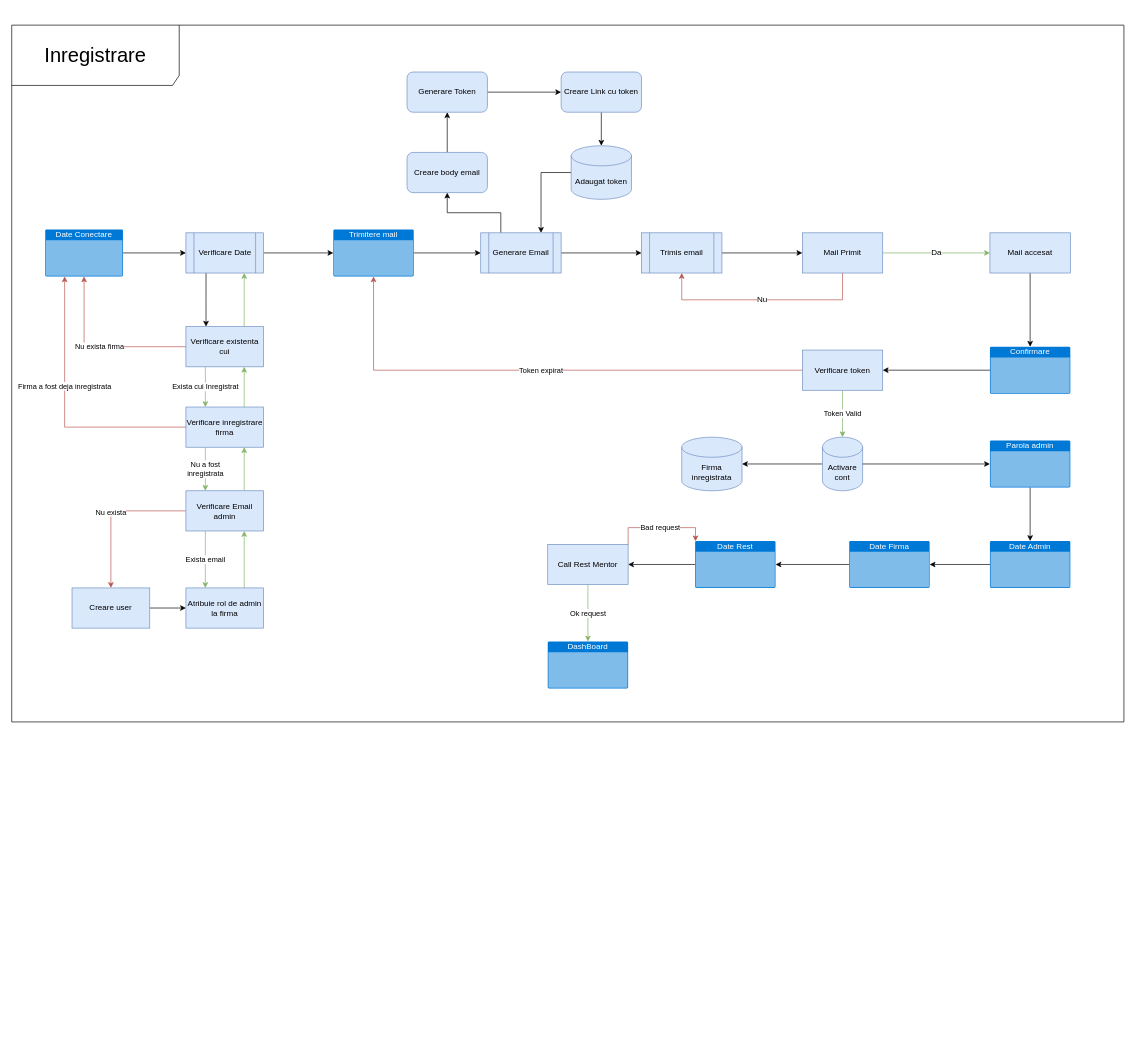
Above: Diagramă fără titlu.drawio in andreibill/Arhitecture (draw.io), before the change. Source tidied: cells renumbered, new cells numbered last; positions are measured from the earlier drawing's top-left corner, leaving out a move shared by most shapes. Both pictures are drawn from the tidied source at 67%, with x=0, y=0 at pixel (11, 25).
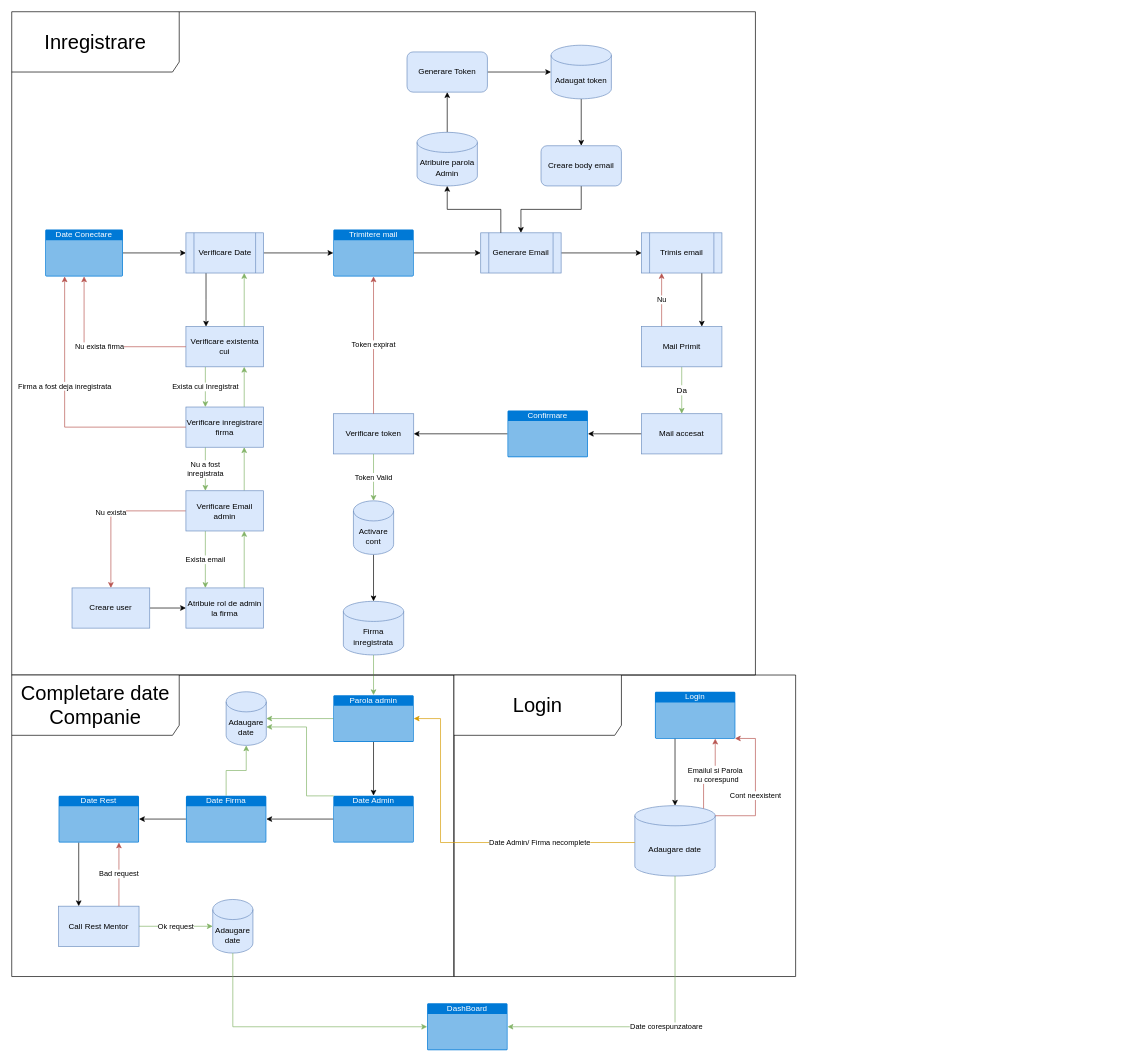
The same page after the edit.

Unchanged cells that the change refers to:
```xml
<mxCell id="4" value="Generare Email" style="shape=process;whiteSpace=wrap;html=1;backgroundOutline=1;rounded=0;strokeColor=#6c8ebf;align=center;verticalAlign=middle;fontFamily=Helvetica;fontSize=12;fontColor=default;fillColor=#dae8fc;" parent="1" vertex="1">
  <mxGeometry x="700" y="310" width="120" height="60" as="geometry" />
</mxCell>
<mxCell id="12" value="Trimis email" style="shape=process;whiteSpace=wrap;html=1;backgroundOutline=1;rounded=0;strokeColor=#6c8ebf;align=center;verticalAlign=middle;fontFamily=Helvetica;fontSize=12;fontColor=default;fillColor=#dae8fc;" parent="1" vertex="1">
  <mxGeometry x="940" y="310" width="120" height="60" as="geometry" />
</mxCell>
<mxCell id="58" value="Trimitere mail" style="html=1;whiteSpace=wrap;strokeColor=none;fillColor=#0079D6;labelPosition=center;verticalLabelPosition=middle;verticalAlign=top;align=center;fontSize=12;outlineConnect=0;spacingTop=-6;fontColor=#FFFFFF;sketch=0;shape=mxgraph.sitemap.page;rounded=0;fontFamily=Helvetica;" parent="1" vertex="1">
  <mxGeometry x="480" y="305" width="120" height="70" as="geometry" />
</mxCell>
```

Change to the diagram source:
```diff
@@
-    <mxCell id="3" style="edgeStyle=orthogonalEdgeStyle;rounded=0;jettySize=auto;html=1;exitX=0.25;exitY=0;exitDx=0;exitDy=0;entryX=0.5;entryY=1;entryDx=0;entryDy=0;" parent="1" edge="1" source="4" target="10">
-      <mxGeometry relative="1" as="geometry" />
-    </mxCell>
@@
-    <mxCell id="5" style="edgeStyle=orthogonalEdgeStyle;rounded=0;jettySize=auto;html=1;" parent="1" edge="1" source="6" target="8">
-      <mxGeometry relative="1" as="geometry" />
-    </mxCell>
+    <mxCell id="65" style="edgeStyle=orthogonalEdgeStyle;rounded=0;jettySize=auto;html=1;" parent="1" edge="1" source="6" target="56">
+      <mxGeometry relative="1" as="geometry" />
+    </mxCell>
     <mxCell id="6" value="Generare Token" style="rounded=1;whiteSpace=wrap;html=1;strokeColor=#6c8ebf;align=center;verticalAlign=middle;fontFamily=Helvetica;fontSize=12;fontColor=default;fillColor=#dae8fc;" parent="1" vertex="1">
-      <mxGeometry x="590" y="70" width="120" height="60" as="geometry" />
+      <mxGeometry x="590" y="40" width="120" height="60" as="geometry" />
     </mxCell>
-    <mxCell id="7" style="edgeStyle=orthogonalEdgeStyle;rounded=0;jettySize=auto;html=1;" parent="1" edge="1" source="8" target="56">
-      <mxGeometry relative="1" as="geometry" />
-    </mxCell>
-    <mxCell id="8" value="Creare Link cu token" style="rounded=1;whiteSpace=wrap;html=1;strokeColor=#6c8ebf;align=center;verticalAlign=middle;fontFamily=Helvetica;fontSize=12;fontColor=default;fillColor=#dae8fc;" parent="1" vertex="1">
-      <mxGeometry x="820" y="70" width="120" height="60" as="geometry" />
-    </mxCell>
-    <mxCell id="9" style="edgeStyle=orthogonalEdgeStyle;rounded=0;jettySize=auto;html=1;" parent="1" edge="1" source="10" target="6">
-      <mxGeometry relative="1" as="geometry" />
-    </mxCell>
+    <mxCell id="66" style="edgeStyle=orthogonalEdgeStyle;rounded=0;jettySize=auto;html=1;" parent="1" edge="1" source="10" target="4">
+      <mxGeometry relative="1" as="geometry" />
+    </mxCell>
     <mxCell id="10" value="Creare body email" style="rounded=1;whiteSpace=wrap;html=1;strokeColor=#6c8ebf;align=center;verticalAlign=middle;fontFamily=Helvetica;fontSize=12;fontColor=default;fillColor=#dae8fc;" parent="1" vertex="1">
-      <mxGeometry x="590" y="190" width="120" height="60" as="geometry" />
+      <mxGeometry x="790" y="180" width="120" height="60" as="geometry" />
     </mxCell>
-    <mxCell id="11" style="edgeStyle=orthogonalEdgeStyle;rounded=0;jettySize=auto;html=1;exitX=1;exitY=0.5;exitDx=0;exitDy=0;entryX=0;entryY=0.5;entryDx=0;entryDy=0;" parent="1" edge="1" source="12" target="15">
+    <mxCell id="11" style="edgeStyle=orthogonalEdgeStyle;rounded=0;jettySize=auto;html=1;exitX=0.75;exitY=1;exitDx=0;exitDy=0;entryX=0.75;entryY=0;entryDx=0;entryDy=0;" parent="1" edge="1" source="12" target="15">
       <mxGeometry relative="1" as="geometry" />
     </mxCell>
@@
+    <mxCell id="14" value="Da" style="edgeStyle=orthogonalEdgeStyle;rounded=0;jettySize=auto;html=1;fontFamily=Helvetica;fontSize=12;fontColor=default;fillColor=#d5e8d4;strokeColor=#82b366;" parent="1" edge="1" source="15" target="17">
+      <mxGeometry relative="1" as="geometry" />
+    </mxCell>
-    <mxCell id="13" value="Nu" style="edgeStyle=orthogonalEdgeStyle;rounded=0;jettySize=auto;html=1;exitX=0.5;exitY=1;exitDx=0;exitDy=0;entryX=0.5;entryY=1;entryDx=0;entryDy=0;fontFamily=Helvetica;fontSize=12;fontColor=default;fillColor=#f8cecc;strokeColor=#b85450;" parent="1" edge="1" source="15" target="12">
-      <mxGeometry relative="1" as="geometry">
-        <Array as="points">
-          <mxPoint x="1240" y="410" />
-          <mxPoint x="1000" y="410" />
-        </Array>
-      </mxGeometry>
+    <mxCell id="13" value="Nu" style="edgeStyle=orthogonalEdgeStyle;rounded=0;jettySize=auto;html=1;exitX=0.25;exitY=0;exitDx=0;exitDy=0;entryX=0.25;entryY=1;entryDx=0;entryDy=0;fillColor=#f8cecc;strokeColor=#b85450;" parent="1" edge="1" source="15" target="12">
+      <mxGeometry relative="1" as="geometry" />
     </mxCell>
-    <mxCell id="14" value="Da" style="edgeStyle=orthogonalEdgeStyle;rounded=0;jettySize=auto;html=1;fontFamily=Helvetica;fontSize=12;fontColor=default;fillColor=#d5e8d4;strokeColor=#82b366;" parent="1" edge="1" source="15" target="17">
-      <mxGeometry relative="1" as="geometry" />
-    </mxCell>
     <mxCell id="15" value="Mail Primit" style="whiteSpace=wrap;html=1;fillColor=#dae8fc;strokeColor=#6c8ebf;rounded=0;" parent="1" vertex="1">
-      <mxGeometry x="1180" y="310" width="120" height="60" as="geometry" />
+      <mxGeometry x="940" y="450" width="120" height="60" as="geometry" />
     </mxCell>
@@
     <mxCell id="17" value="Mail accesat" style="whiteSpace=wrap;html=1;fillColor=#dae8fc;strokeColor=#6c8ebf;rounded=0;" parent="1" vertex="1">
-      <mxGeometry x="1460" y="310" width="120" height="60" as="geometry" />
+      <mxGeometry x="940" y="580" width="120" height="60" as="geometry" />
     </mxCell>
@@
     <mxCell id="19" value="Confirmare" style="html=1;whiteSpace=wrap;strokeColor=none;fillColor=#0079D6;labelPosition=center;verticalLabelPosition=middle;verticalAlign=top;align=center;fontSize=12;outlineConnect=0;spacingTop=-6;fontColor=#FFFFFF;sketch=0;shape=mxgraph.sitemap.page;rounded=0;fontFamily=Helvetica;" parent="1" vertex="1">
-      <mxGeometry x="1460" y="480" width="120" height="70" as="geometry" />
+      <mxGeometry x="740" y="575" width="120" height="70" as="geometry" />
     </mxCell>
@@
     <mxCell id="21" value="Verificare token" style="whiteSpace=wrap;html=1;fillColor=#dae8fc;strokeColor=#6c8ebf;rounded=0;" parent="1" vertex="1">
-      <mxGeometry x="1180" y="485" width="120" height="60" as="geometry" />
+      <mxGeometry x="480" y="580" width="120" height="60" as="geometry" />
     </mxCell>
@@
+    <mxCell id="67" style="edgeStyle=orthogonalEdgeStyle;rounded=0;jettySize=auto;html=1;fillColor=#d5e8d4;strokeColor=#82b366;" parent="1" edge="1" source="23" target="75">
+      <mxGeometry relative="1" as="geometry" />
+    </mxCell>
     <mxCell id="23" value="Parola admin" style="html=1;whiteSpace=wrap;strokeColor=none;fillColor=#0079D6;labelPosition=center;verticalLabelPosition=middle;verticalAlign=top;align=center;fontSize=12;outlineConnect=0;spacingTop=-6;fontColor=#FFFFFF;sketch=0;shape=mxgraph.sitemap.page;rounded=0;fontFamily=Helvetica;" parent="1" vertex="1">
-      <mxGeometry x="1460" y="620" width="120" height="70" as="geometry" />
+      <mxGeometry x="480" y="1000" width="120" height="70" as="geometry" />
     </mxCell>
@@
     <mxCell id="25" value="Date Admin" style="html=1;whiteSpace=wrap;strokeColor=none;fillColor=#0079D6;labelPosition=center;verticalLabelPosition=middle;verticalAlign=top;align=center;fontSize=12;outlineConnect=0;spacingTop=-6;fontColor=#FFFFFF;sketch=0;shape=mxgraph.sitemap.page;rounded=0;fontFamily=Helvetica;" parent="1" vertex="1">
-      <mxGeometry x="1460" y="770" width="120" height="70" as="geometry" />
+      <mxGeometry x="480" y="1150" width="120" height="70" as="geometry" />
     </mxCell>
@@
+    <mxCell id="68" style="edgeStyle=orthogonalEdgeStyle;rounded=0;jettySize=auto;html=1;fillColor=#d5e8d4;strokeColor=#82b366;" parent="1" edge="1" source="27" target="75">
+      <mxGeometry relative="1" as="geometry" />
+    </mxCell>
     <mxCell id="27" value="Date Firma" style="html=1;whiteSpace=wrap;strokeColor=none;fillColor=#0079D6;labelPosition=center;verticalLabelPosition=middle;verticalAlign=top;align=center;fontSize=12;outlineConnect=0;spacingTop=-6;fontColor=#FFFFFF;sketch=0;shape=mxgraph.sitemap.page;rounded=0;fontFamily=Helvetica;" parent="1" vertex="1">
-      <mxGeometry x="1250" y="770" width="120" height="70" as="geometry" />
+      <mxGeometry x="260" y="1150" width="120" height="70" as="geometry" />
     </mxCell>
-    <mxCell id="28" style="edgeStyle=orthogonalEdgeStyle;rounded=0;jettySize=auto;html=1;" parent="1" edge="1" source="29" target="31">
+    <mxCell id="28" style="edgeStyle=orthogonalEdgeStyle;rounded=0;jettySize=auto;html=1;exitX=0.25;exitY=1;exitDx=0;exitDy=0;exitPerimeter=0;entryX=0.25;entryY=0;entryDx=0;entryDy=0;" parent="1" edge="1" source="29" target="31">
       <mxGeometry relative="1" as="geometry" />
     </mxCell>
     <mxCell id="29" value="Date Rest&lt;br&gt;" style="html=1;whiteSpace=wrap;strokeColor=none;fillColor=#0079D6;labelPosition=center;verticalLabelPosition=middle;verticalAlign=top;align=center;fontSize=12;outlineConnect=0;spacingTop=-6;fontColor=#FFFFFF;sketch=0;shape=mxgraph.sitemap.page;rounded=0;fontFamily=Helvetica;" parent="1" vertex="1">
-      <mxGeometry x="1020" y="770" width="120" height="70" as="geometry" />
+      <mxGeometry x="70" y="1150" width="120" height="70" as="geometry" />
     </mxCell>
-    <mxCell id="30" value="Ok request" style="edgeStyle=orthogonalEdgeStyle;rounded=0;jettySize=auto;html=1;fillColor=#d5e8d4;strokeColor=#82b366;" parent="1" edge="1" source="31" target="33">
+    <mxCell id="30" value="Ok request" style="edgeStyle=orthogonalEdgeStyle;rounded=0;jettySize=auto;html=1;fillColor=#d5e8d4;strokeColor=#82b366;entryX=0;entryY=0.5;entryDx=0;entryDy=0;entryPerimeter=0;" parent="1" edge="1" source="31" target="77">
       <mxGeometry relative="1" as="geometry" />
     </mxCell>
     <mxCell id="31" value="Call Rest Mentor" style="whiteSpace=wrap;html=1;fillColor=#dae8fc;strokeColor=#6c8ebf;rounded=0;glass=0;shadow=0;" parent="1" vertex="1">
-      <mxGeometry x="800" y="775" width="120" height="60" as="geometry" />
+      <mxGeometry x="70" y="1315" width="120" height="60" as="geometry" />
     </mxCell>
-    <mxCell id="32" value="Bad request" style="edgeStyle=orthogonalEdgeStyle;rounded=0;jettySize=auto;html=1;exitX=1;exitY=0;exitDx=0;exitDy=0;entryX=0.005;entryY=0.005;entryDx=0;entryDy=0;entryPerimeter=0;fillColor=#f8cecc;strokeColor=#b85450;" parent="1" edge="1" source="31" target="29">
-      <mxGeometry relative="1" as="geometry" />
-    </mxCell>
     <mxCell id="33" value="DashBoard" style="html=1;whiteSpace=wrap;strokeColor=none;fillColor=#0079D6;labelPosition=center;verticalLabelPosition=middle;verticalAlign=top;align=center;fontSize=12;outlineConnect=0;spacingTop=-6;fontColor=#FFFFFF;sketch=0;shape=mxgraph.sitemap.page;rounded=0;fontFamily=Helvetica;" parent="1" vertex="1">
-      <mxGeometry x="800" y="920" width="120" height="70" as="geometry" />
+      <mxGeometry x="620" y="1460" width="120" height="70" as="geometry" />
     </mxCell>
@@
     <mxCell id="35" value="Activare cont" style="shape=cylinder3;whiteSpace=wrap;html=1;boundedLbl=1;backgroundOutline=1;size=15;fillColor=#dae8fc;strokeColor=#6c8ebf;" parent="1" vertex="1">
-      <mxGeometry x="1210" y="615" width="60" height="80" as="geometry" />
+      <mxGeometry x="510" y="710" width="60" height="80" as="geometry" />
     </mxCell>
-    <mxCell id="36" style="edgeStyle=orthogonalEdgeStyle;rounded=0;jettySize=auto;html=1;entryX=0;entryY=0.5;entryDx=0;entryDy=0;entryPerimeter=0;" parent="1" edge="1" source="35" target="23">
-      <mxGeometry relative="1" as="geometry" />
-    </mxCell>
     <mxCell id="37" value="&lt;font style=&quot;font-size: 30px;&quot;&gt;Inregistrare&lt;/font&gt;" style="shape=umlFrame;whiteSpace=wrap;html=1;width=250;height=90;" parent="1" vertex="1">
-      <mxGeometry width="1660" height="1040" as="geometry" />
+      <mxGeometry y="-20" width="1110" height="990" as="geometry" />
     </mxCell>
@@
-    <mxCell id="55" style="edgeStyle=orthogonalEdgeStyle;rounded=0;jettySize=auto;html=1;entryX=0.75;entryY=0;entryDx=0;entryDy=0;" parent="1" edge="1" source="56" target="4">
-      <mxGeometry relative="1" as="geometry" />
-    </mxCell>
+    <mxCell id="69" style="edgeStyle=orthogonalEdgeStyle;rounded=0;jettySize=auto;html=1;" parent="1" edge="1" source="56" target="10">
+      <mxGeometry relative="1" as="geometry" />
+    </mxCell>
     <mxCell id="56" value="Adaugat token" style="shape=cylinder3;whiteSpace=wrap;html=1;boundedLbl=1;backgroundOutline=1;size=15;fillColor=#dae8fc;strokeColor=#6c8ebf;" parent="1" vertex="1">
-      <mxGeometry x="835" y="180" width="90" height="80" as="geometry" />
+      <mxGeometry x="805" y="30" width="90" height="80" as="geometry" />
     </mxCell>
@@
-    <mxCell id="59" value="Token expirat" style="edgeStyle=orthogonalEdgeStyle;rounded=0;jettySize=auto;html=1;exitX=0;exitY=0.5;exitDx=0;exitDy=0;entryX=0.5;entryY=1;entryDx=0;entryDy=0;entryPerimeter=0;fillColor=#f8cecc;strokeColor=#b85450;" parent="1" edge="1" source="21" target="58">
+    <mxCell id="59" value="Token expirat" style="edgeStyle=orthogonalEdgeStyle;rounded=0;jettySize=auto;html=1;exitX=0.5;exitY=0;exitDx=0;exitDy=0;entryX=0.5;entryY=1;entryDx=0;entryDy=0;entryPerimeter=0;fillColor=#f8cecc;strokeColor=#b85450;" parent="1" edge="1" source="21" target="58">
       <mxGeometry relative="1" as="geometry" />
     </mxCell>
@@
+    <mxCell id="70" style="edgeStyle=orthogonalEdgeStyle;rounded=0;jettySize=auto;html=1;exitX=0.5;exitY=1;exitDx=0;exitDy=0;exitPerimeter=0;fillColor=#d5e8d4;strokeColor=#82b366;" parent="1" edge="1" source="64" target="23">
+      <mxGeometry relative="1" as="geometry" />
+    </mxCell>
     <mxCell id="64" value="Firma inregistrata" style="shape=cylinder3;whiteSpace=wrap;html=1;boundedLbl=1;backgroundOutline=1;size=15;fillColor=#dae8fc;strokeColor=#6c8ebf;" parent="1" vertex="1">
-      <mxGeometry x="1000" y="615" width="90" height="80" as="geometry" />
+      <mxGeometry x="495" y="860" width="90" height="80" as="geometry" />
     </mxCell>
+    <mxCell id="71" style="edgeStyle=orthogonalEdgeStyle;rounded=0;jettySize=auto;html=1;" parent="1" edge="1" source="72" target="6">
+      <mxGeometry relative="1" as="geometry" />
+    </mxCell>
+    <mxCell id="72" value="Atribuire parola Admin" style="shape=cylinder3;whiteSpace=wrap;html=1;boundedLbl=1;backgroundOutline=1;size=15;fillColor=#dae8fc;strokeColor=#6c8ebf;" parent="1" vertex="1">
+      <mxGeometry x="605" y="160" width="90" height="80" as="geometry" />
+    </mxCell>
+    <mxCell id="73" style="edgeStyle=orthogonalEdgeStyle;rounded=0;jettySize=auto;html=1;exitX=0.25;exitY=0;exitDx=0;exitDy=0;entryX=0.5;entryY=1;entryDx=0;entryDy=0;entryPerimeter=0;" parent="1" edge="1" source="4" target="72">
+      <mxGeometry relative="1" as="geometry" />
+    </mxCell>
+    <mxCell id="74" value="&lt;font style=&quot;font-size: 30px;&quot;&gt;Completare date Companie&lt;/font&gt;" style="shape=umlFrame;whiteSpace=wrap;html=1;width=250;height=90;" parent="1" vertex="1">
+      <mxGeometry y="970" width="660" height="450" as="geometry" />
+    </mxCell>
+    <mxCell id="32" value="Bad request" style="edgeStyle=orthogonalEdgeStyle;rounded=0;jettySize=auto;html=1;exitX=0.75;exitY=0;exitDx=0;exitDy=0;entryX=0.75;entryY=1;entryDx=0;entryDy=0;entryPerimeter=0;fillColor=#f8cecc;strokeColor=#b85450;" parent="1" edge="1" source="31" target="29">
+      <mxGeometry relative="1" as="geometry" />
+    </mxCell>
+    <mxCell id="75" value="Adaugare date" style="shape=cylinder3;whiteSpace=wrap;html=1;boundedLbl=1;backgroundOutline=1;size=15;fillColor=#dae8fc;strokeColor=#6c8ebf;" parent="1" vertex="1">
+      <mxGeometry x="320" y="995" width="60" height="80" as="geometry" />
+    </mxCell>
+    <mxCell id="76" style="edgeStyle=orthogonalEdgeStyle;rounded=0;jettySize=auto;html=1;exitX=0.005;exitY=0.005;exitDx=0;exitDy=0;exitPerimeter=0;entryX=1;entryY=0;entryDx=0;entryDy=52.5;entryPerimeter=0;fillColor=#d5e8d4;strokeColor=#82b366;" parent="1" edge="1" source="25" target="75">
+      <mxGeometry relative="1" as="geometry">
+        <Array as="points">
+          <mxPoint x="440" y="1150" />
+          <mxPoint x="440" y="1048" />
+        </Array>
+      </mxGeometry>
+    </mxCell>
+    <mxCell id="77" value="Adaugare date" style="shape=cylinder3;whiteSpace=wrap;html=1;boundedLbl=1;backgroundOutline=1;size=15;fillColor=#dae8fc;strokeColor=#6c8ebf;" parent="1" vertex="1">
+      <mxGeometry x="300" y="1305" width="60" height="80" as="geometry" />
+    </mxCell>
+    <mxCell id="78" value="&lt;font style=&quot;font-size: 30px;&quot;&gt;Login&lt;br&gt;&lt;/font&gt;" style="shape=umlFrame;whiteSpace=wrap;html=1;width=250;height=90;" parent="1" vertex="1">
+      <mxGeometry x="660" y="970" width="510" height="450" as="geometry" />
+    </mxCell>
+    <mxCell id="79" style="edgeStyle=orthogonalEdgeStyle;rounded=0;jettySize=auto;html=1;exitX=0.25;exitY=1;exitDx=0;exitDy=0;exitPerimeter=0;" parent="1" edge="1" source="80" target="81">
+      <mxGeometry relative="1" as="geometry" />
+    </mxCell>
+    <mxCell id="80" value="Login" style="html=1;whiteSpace=wrap;strokeColor=none;fillColor=#0079D6;labelPosition=center;verticalLabelPosition=middle;verticalAlign=top;align=center;fontSize=12;outlineConnect=0;spacingTop=-6;fontColor=#FFFFFF;sketch=0;shape=mxgraph.sitemap.page;rounded=0;fontFamily=Helvetica;" parent="1" vertex="1">
+      <mxGeometry x="960" y="995" width="120" height="70" as="geometry" />
+    </mxCell>
+    <mxCell id="81" value="Adaugare date" style="shape=cylinder3;whiteSpace=wrap;html=1;boundedLbl=1;backgroundOutline=1;size=15;fillColor=#dae8fc;strokeColor=#6c8ebf;" parent="1" vertex="1">
+      <mxGeometry x="930" y="1165" width="120" height="105" as="geometry" />
+    </mxCell>
+    <mxCell id="82" value="Date Admin/ Firma necomplete" style="edgeStyle=orthogonalEdgeStyle;rounded=0;jettySize=auto;html=1;entryX=1;entryY=0.5;entryDx=0;entryDy=0;entryPerimeter=0;fillColor=#ffe6cc;strokeColor=#d79b00;" parent="1" edge="1" source="81" target="23">
+      <mxGeometry x="-0.45" relative="1" as="geometry">
+        <Array as="points">
+          <mxPoint x="640" y="1220" />
+          <mxPoint x="640" y="1035" />
+        </Array>
+      </mxGeometry>
+    </mxCell>
+    <mxCell id="83" style="edgeStyle=orthogonalEdgeStyle;rounded=0;jettySize=auto;html=1;exitX=0.855;exitY=0;exitDx=0;exitDy=4.35;exitPerimeter=0;entryX=0.75;entryY=1;entryDx=0;entryDy=0;entryPerimeter=0;fillColor=#f8cecc;strokeColor=#b85450;" parent="1" edge="1" source="81" target="80">
+      <mxGeometry relative="1" as="geometry" />
+    </mxCell>
+    <mxCell id="84" value="Emailul si Parola&lt;br&gt;&amp;nbsp;nu corespund" style="edgeLabel;html=1;align=center;verticalAlign=middle;" parent="83" vertex="1">
+      <mxGeometry x="-0.16" y="1" relative="1" as="geometry">
+        <mxPoint x="18" as="offset" />
+      </mxGeometry>
+    </mxCell>
+    <mxCell id="85" value="Cont neexistent" style="edgeStyle=orthogonalEdgeStyle;rounded=0;jettySize=auto;html=1;exitX=1;exitY=0;exitDx=0;exitDy=15;exitPerimeter=0;entryX=0.995;entryY=0.995;entryDx=0;entryDy=0;entryPerimeter=0;fillColor=#f8cecc;strokeColor=#b85450;" parent="1" edge="1" source="81" target="80">
+      <mxGeometry x="-0.13" relative="1" as="geometry">
+        <Array as="points">
+          <mxPoint x="1110" y="1180" />
+          <mxPoint x="1110" y="1065" />
+        </Array>
+      </mxGeometry>
+    </mxCell>
+    <mxCell id="86" style="edgeStyle=orthogonalEdgeStyle;rounded=0;jettySize=auto;html=1;exitX=0.5;exitY=1;exitDx=0;exitDy=0;exitPerimeter=0;entryX=0;entryY=0.5;entryDx=0;entryDy=0;entryPerimeter=0;fillColor=#d5e8d4;strokeColor=#82b366;" parent="1" edge="1" source="77" target="33">
+      <mxGeometry relative="1" as="geometry" />
+    </mxCell>
+    <mxCell id="87" value="Date corespunzatoare" style="edgeStyle=orthogonalEdgeStyle;rounded=0;jettySize=auto;html=1;exitX=0.5;exitY=1;exitDx=0;exitDy=0;exitPerimeter=0;entryX=1;entryY=0.5;entryDx=0;entryDy=0;entryPerimeter=0;fillColor=#d5e8d4;strokeColor=#82b366;" parent="1" edge="1" source="81" target="33">
+      <mxGeometry relative="1" as="geometry" />
+    </mxCell>
```
